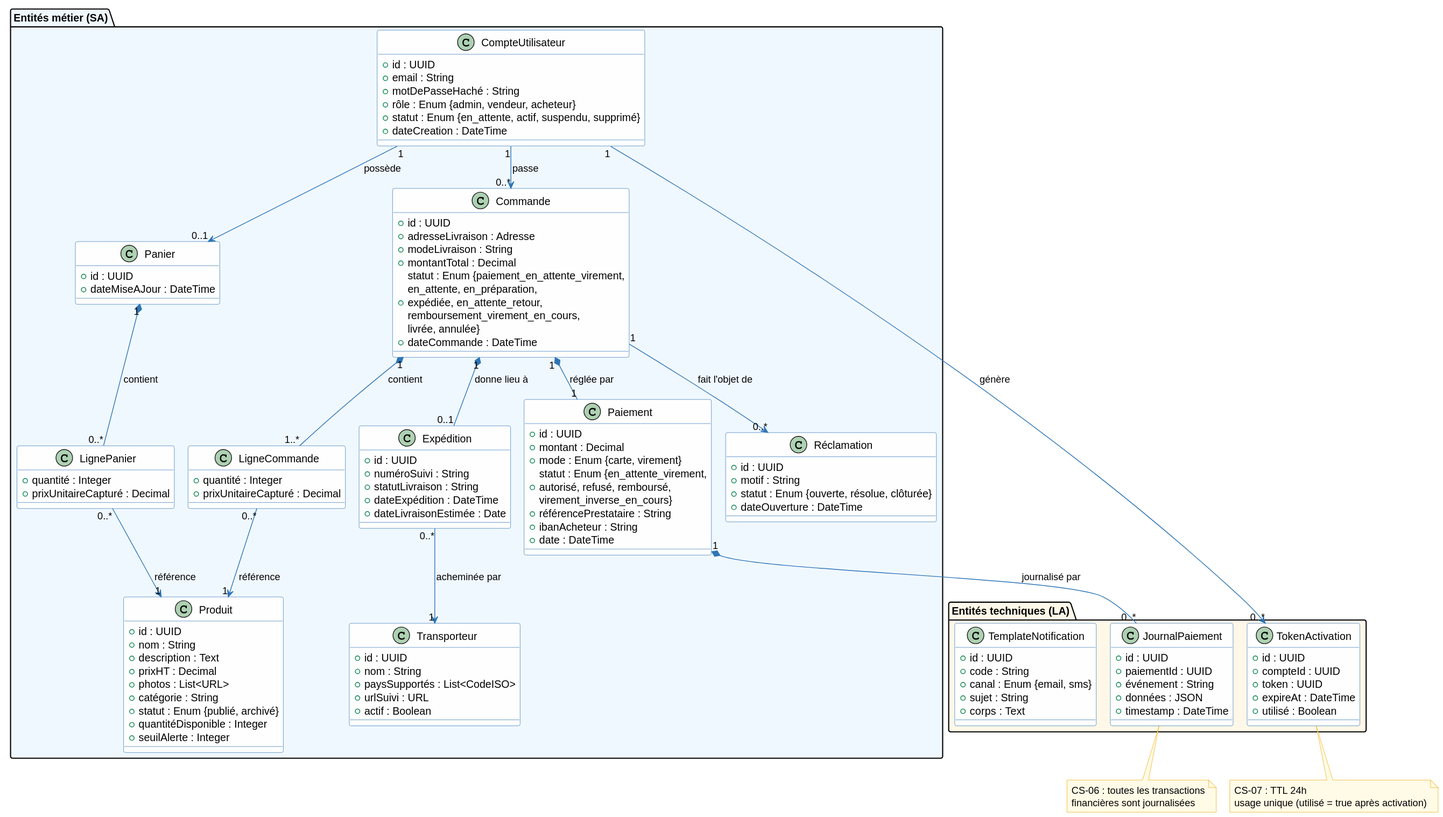
This is architecture/03-logical-architecture/diagrams/la-classes.svg from louistalvande/online_shop, a PlantUML export, as it was before one commit.
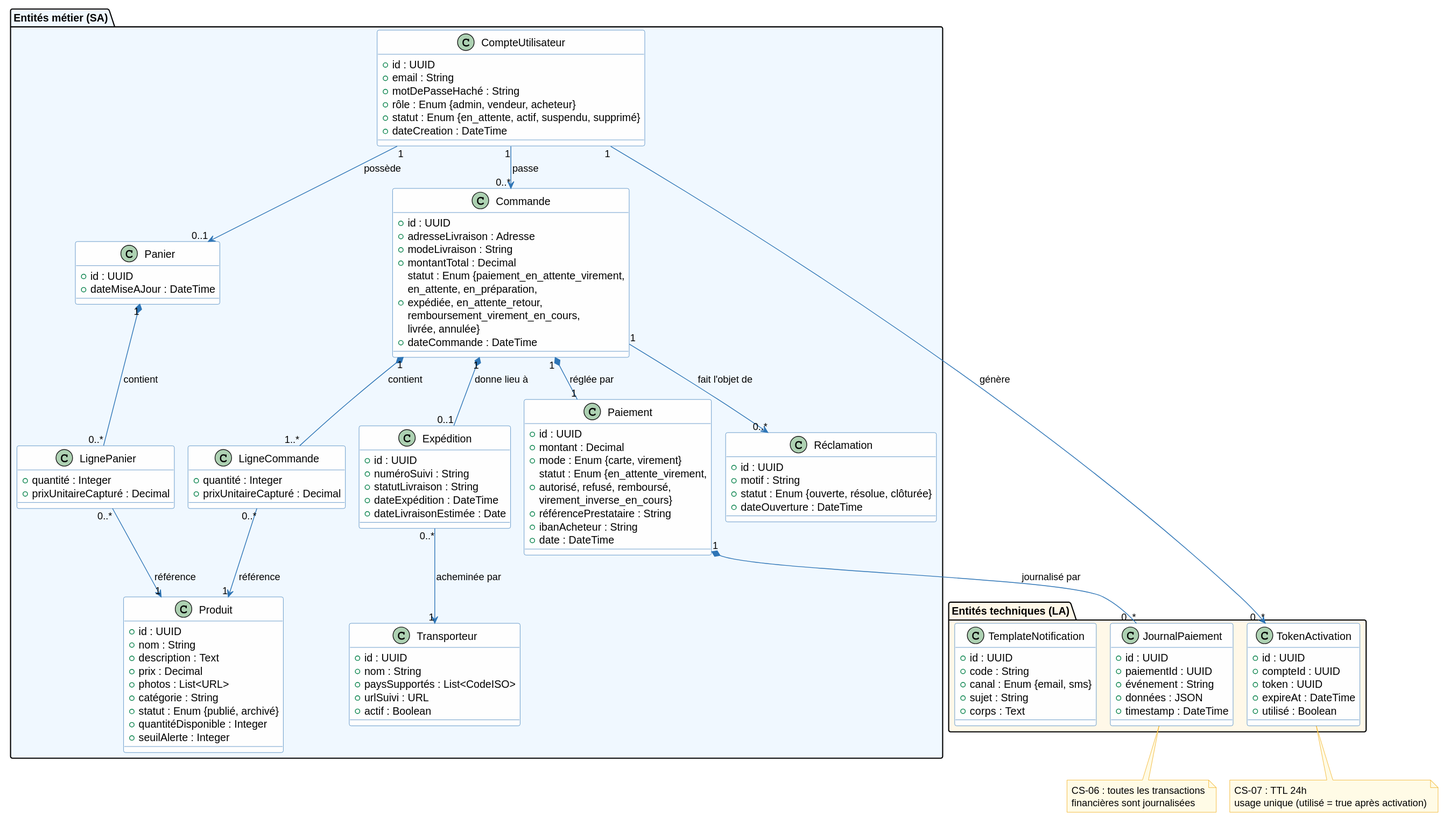
The same file after the commit.

Diff of the diagram source:
```diff
@@ -20,7 +20,7 @@
     + id : UUID
     + nom : String
     + description : Text
-    + prixHT : Decimal
+    + prix : Decimal
     + photos : List<URL>
     + catégorie : String
     + statut : Enum {publié, archivé}
```
